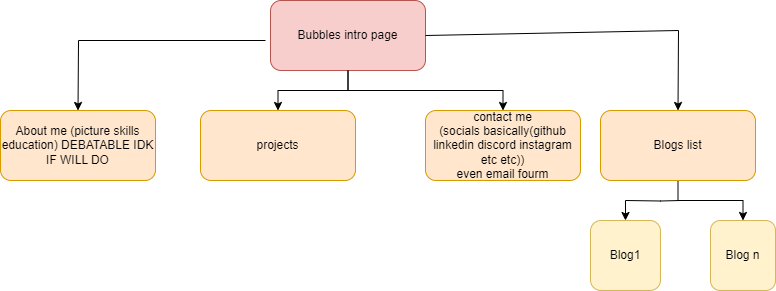
Above: diagrams/sitemap/sitemap.drawio.png in AliMousa27/website (draw.io), before the change. Source tidied: cells renumbered, new cells last; positions are measured from the earlier drawing's top-left corner, leaving out a move shared by most shapes.
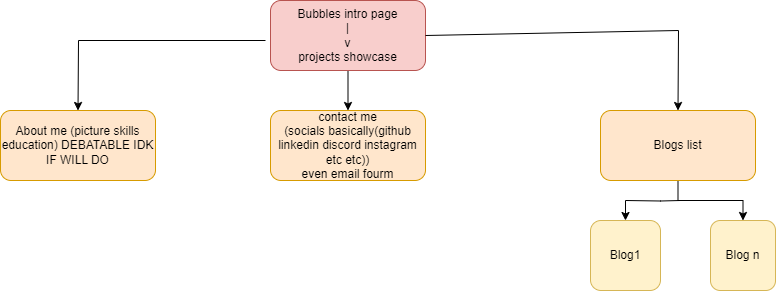
The same file after the commit.

The edit, as a diff of the source:
```diff
@@ -5,14 +5,11 @@
     <mxCell id="2" style="edgeStyle=orthogonalEdgeStyle;rounded=0;jettySize=auto;html=1;entryX=0.5;entryY=0;entryDx=0;entryDy=0;" parent="1" edge="1" source="3" target="5">
       <mxGeometry relative="1" as="geometry" />
     </mxCell>
-    <mxCell id="3" value="Bubbles intro page" style="rounded=1;whiteSpace=wrap;html=1;fillColor=#f8cecc;strokeColor=#b85450;" parent="1" vertex="1">
+    <mxCell id="3" value="Bubbles intro page&lt;div&gt;|&lt;/div&gt;&lt;div&gt;v&lt;/div&gt;&lt;div&gt;projects showcase&lt;/div&gt;" style="rounded=1;whiteSpace=wrap;html=1;fillColor=#f8cecc;strokeColor=#b85450;" parent="1" vertex="1">
       <mxGeometry x="270" width="155" height="70" as="geometry" />
     </mxCell>
-    <mxCell id="4" value="projects" style="rounded=1;whiteSpace=wrap;html=1;fillColor=#ffe6cc;strokeColor=#d79b00;" parent="1" vertex="1">
-      <mxGeometry x="200" y="110" width="155" height="70" as="geometry" />
-    </mxCell>
     <mxCell id="5" value="contact me&lt;div&gt;(socials basically(github linkedin discord instagram etc etc))&lt;br&gt;even email fourm&lt;/div&gt;" style="rounded=1;whiteSpace=wrap;html=1;fillColor=#ffe6cc;strokeColor=#d79b00;" parent="1" vertex="1">
-      <mxGeometry x="425" y="110" width="155" height="70" as="geometry" />
+      <mxGeometry x="270" y="110" width="155" height="70" as="geometry" />
     </mxCell>
     <mxCell id="6" style="edgeStyle=orthogonalEdgeStyle;rounded=0;jettySize=auto;html=1;" parent="1" edge="1" source="7" target="9">
       <mxGeometry relative="1" as="geometry" />
@@ -37,9 +34,6 @@
         </Array>
       </mxGeometry>
     </mxCell>
-    <mxCell id="12" style="edgeStyle=orthogonalEdgeStyle;rounded=0;jettySize=auto;html=1;entryX=0.5;entryY=0;entryDx=0;entryDy=0;exitX=0.5;exitY=1;exitDx=0;exitDy=0;" parent="1" edge="1" source="3" target="4">
-      <mxGeometry relative="1" as="geometry" />
-    </mxCell>
     <mxCell id="13" style="endArrow=classic;html=1;rounded=0;exitX=1;exitY=0.5;exitDx=0;exitDy=0;entryX=0.5;entryY=0;entryDx=0;entryDy=0;" parent="1" edge="1" source="3" target="7">
       <mxGeometry relative="1" as="geometry">
         <Array as="points">
```
